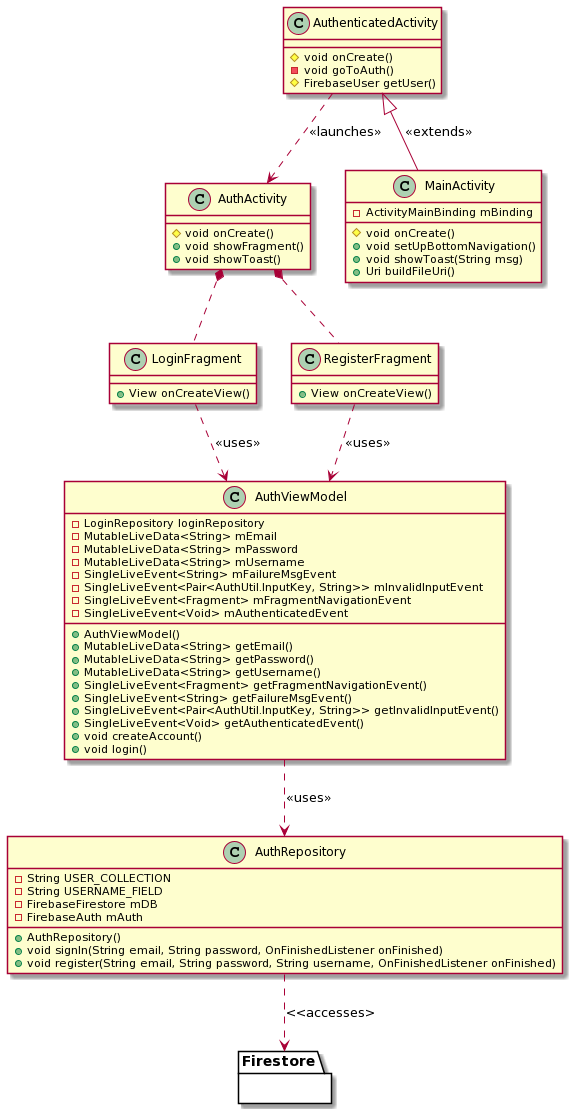
Before: doc/UML/Auth.png, a diagram exported from PlantUML (CMPUT301F20T24/Unlibrary).
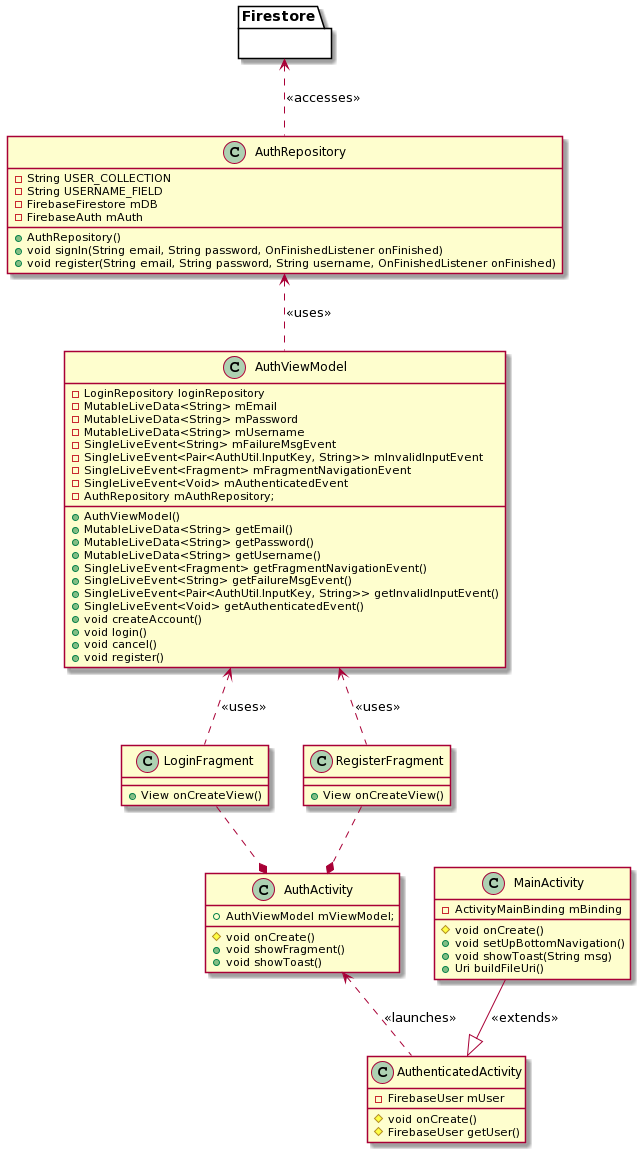
The same file after the commit.

The edit, as a diff of the source:
```diff
@@ -1,5 +1,6 @@
 @startuml
 class AuthActivity {
++AuthViewModel mViewModel;
 #void onCreate()
 +void showFragment()
 +void showToast()
@@ -22,15 +23,15 @@
 }
 
 class AuthenticatedActivity {
+-FirebaseUser mUser
 #void onCreate()
--void goToAuth()
 #FirebaseUser getUser()
 }
 
-AuthenticatedActivity <|-- MainActivity: <<extends>>
-AuthenticatedActivity ..> AuthActivity: <<launches>>
-AuthActivity *.. LoginFragment
-AuthActivity *.. RegisterFragment
+MainActivity --|> AuthenticatedActivity: <<extends>>
+AuthActivity <.. AuthenticatedActivity: <<launches>>
+LoginFragment ..* AuthActivity
+RegisterFragment ..* AuthActivity
 
 class AuthViewModel {
 -LoginRepository loginRepository
@@ -41,6 +42,7 @@
 -SingleLiveEvent<Pair<AuthUtil.InputKey, String>> mInvalidInputEvent
 -SingleLiveEvent<Fragment> mFragmentNavigationEvent
 -SingleLiveEvent<Void> mAuthenticatedEvent
+-AuthRepository mAuthRepository;
 
 +AuthViewModel()
 +MutableLiveData<String> getEmail()
@@ -52,6 +54,8 @@
 +SingleLiveEvent<Void> getAuthenticatedEvent()
 +void createAccount()
 +void login()
++void cancel()
++void register()
 }
 
 class AuthRepository {
@@ -67,8 +71,8 @@
 
 package Firestore {}
 
-AuthRepository ..> Firestore: <<accesses>
-AuthViewModel ..> AuthRepository: <<uses>>
-LoginFragment ..> AuthViewModel: <<uses>>
-RegisterFragment  ..> AuthViewModel: <<uses>>
+Firestore <.. AuthRepository: <<accesses>>
+AuthRepository <.. AuthViewModel: <<uses>>
+AuthViewModel <.. LoginFragment: <<uses>>
+AuthViewModel <.. RegisterFragment: <<uses>>
 @enduml
```
